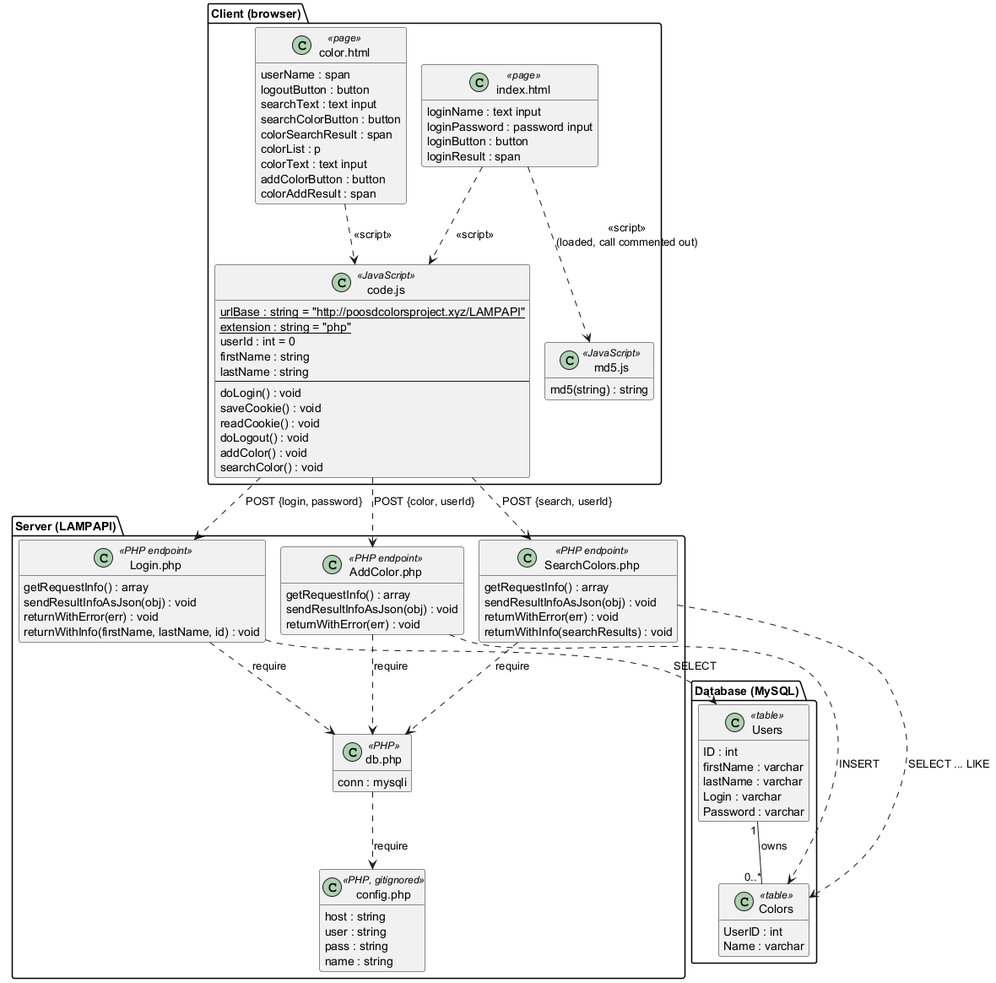
Before: docs/uml/class.png, a diagram exported from PlantUML (jbear05/colors-lab). Source of this version:
```plantuml
@startuml class
!pragma layout smetana
skinparam classAttributeIconSize 0
hide empty members

package "Client (browser)" {
  class "index.html" as IndexPage <<page>> {
    loginName : text input
    loginPassword : password input
    loginButton : button
    loginResult : span
  }

  class "color.html" as ColorPage <<page>> {
    userName : span
    logoutButton : button
    searchText : text input
    searchColorButton : button
    colorSearchResult : span
    colorList : p
    colorText : text input
    addColorButton : button
    colorAddResult : span
  }

  class "code.js" as CodeJS <<JavaScript>> {
    {static} urlBase : string = "http://poosdcolorsproject.xyz/LAMPAPI"
    {static} extension : string = "php"
    userId : int = 0
    firstName : string
    lastName : string
    --
    doLogin() : void
    saveCookie() : void
    readCookie() : void
    doLogout() : void
    addColor() : void
    searchColor() : void
  }

  class "md5.js" as MD5JS <<JavaScript>> {
    md5(string) : string
  }
}

package "Server (LAMPAPI)" {
  class "Login.php" as LoginAPI <<PHP endpoint>> {
    getRequestInfo() : array
    sendResultInfoAsJson(obj) : void
    returnWithError(err) : void
    returnWithInfo(firstName, lastName, id) : void
  }

  class "AddColor.php" as AddColorAPI <<PHP endpoint>> {
    getRequestInfo() : array
    sendResultInfoAsJson(obj) : void
    returnWithError(err) : void
  }

  class "SearchColors.php" as SearchAPI <<PHP endpoint>> {
    getRequestInfo() : array
    sendResultInfoAsJson(obj) : void
    returnWithError(err) : void
    returnWithInfo(searchResults) : void
  }

  class "db.php" as DB <<PHP>> {
    conn : mysqli
  }

  class "config.php" as Config <<PHP, gitignored>> {
    host : string
    user : string
    pass : string
    name : string
  }
}

package "Database (MySQL)" {
  class Users <<table>> {
    ID : int
    firstName : varchar
    lastName : varchar
    Login : varchar
    Password : varchar
  }

  class Colors <<table>> {
    UserID : int
    Name : varchar
  }
}

IndexPage ..> CodeJS : <<script>>
IndexPage ..> MD5JS : <<script>>\n(loaded, call commented out)
ColorPage ..> CodeJS : <<script>>

CodeJS ..> LoginAPI : POST {login, password}
CodeJS ..> AddColorAPI : POST {color, userId}
CodeJS ..> SearchAPI : POST {search, userId}

LoginAPI ..> DB : require
AddColorAPI ..> DB : require
SearchAPI ..> DB : require
DB ..> Config : require

LoginAPI ..> Users : SELECT
AddColorAPI ..> Colors : INSERT
SearchAPI ..> Colors : SELECT ... LIKE

Users "1" -- "0..*" Colors : owns >
@enduml
```
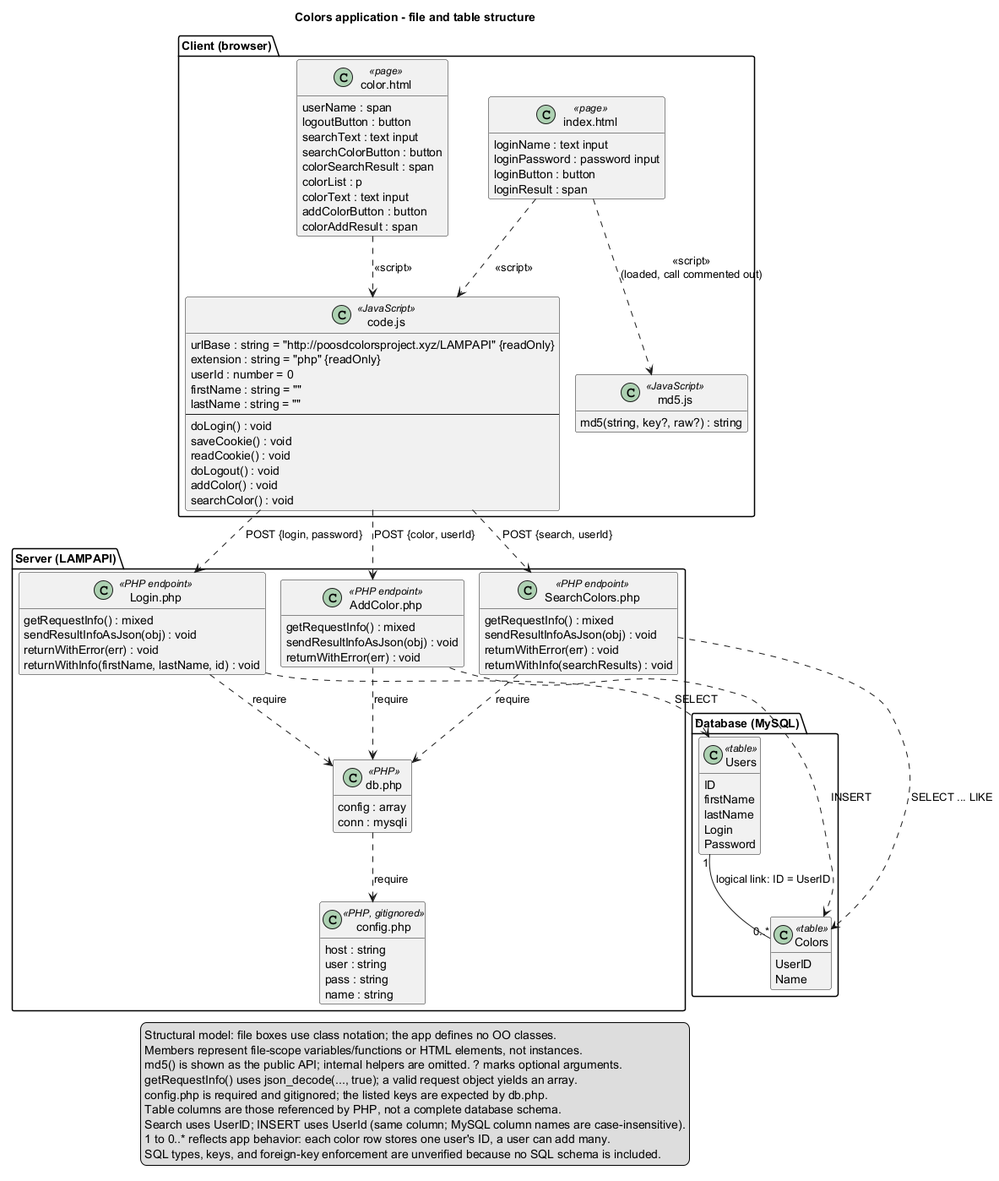
The same file after the commit.

Commit message:
Refine UML diagrams to match implemented behavior

Change to the diagram source:
```diff
@@ -1,5 +1,6 @@
 @startuml class
 !pragma layout smetana
+title Colors application - file and table structure
 skinparam classAttributeIconSize 0
 hide empty members
 
@@ -24,11 +25,11 @@
   }
 
   class "code.js" as CodeJS <<JavaScript>> {
-    {static} urlBase : string = "http://poosdcolorsproject.xyz/LAMPAPI"
-    {static} extension : string = "php"
-    userId : int = 0
-    firstName : string
-    lastName : string
+    urlBase : string = "http://poosdcolorsproject.xyz/LAMPAPI" {readOnly}
+    extension : string = "php" {readOnly}
+    userId : number = 0
+    firstName : string = ""
+    lastName : string = ""
     --
     doLogin() : void
     saveCookie() : void
@@ -39,32 +40,33 @@
   }
 
   class "md5.js" as MD5JS <<JavaScript>> {
-    md5(string) : string
+    md5(string, key?, raw?) : string
   }
 }
 
 package "Server (LAMPAPI)" {
   class "Login.php" as LoginAPI <<PHP endpoint>> {
-    getRequestInfo() : array
+    getRequestInfo() : mixed
     sendResultInfoAsJson(obj) : void
     returnWithError(err) : void
     returnWithInfo(firstName, lastName, id) : void
   }
 
   class "AddColor.php" as AddColorAPI <<PHP endpoint>> {
-    getRequestInfo() : array
+    getRequestInfo() : mixed
     sendResultInfoAsJson(obj) : void
     returnWithError(err) : void
   }
 
   class "SearchColors.php" as SearchAPI <<PHP endpoint>> {
-    getRequestInfo() : array
+    getRequestInfo() : mixed
     sendResultInfoAsJson(obj) : void
     returnWithError(err) : void
     returnWithInfo(searchResults) : void
   }
 
   class "db.php" as DB <<PHP>> {
+    config : array
     conn : mysqli
   }
 
@@ -78,16 +80,16 @@
 
 package "Database (MySQL)" {
   class Users <<table>> {
-    ID : int
-    firstName : varchar
-    lastName : varchar
-    Login : varchar
-    Password : varchar
+    ID
+    firstName
+    lastName
+    Login
+    Password
   }
 
   class Colors <<table>> {
-    UserID : int
-    Name : varchar
+    UserID
+    Name
   }
 }
 
@@ -108,5 +110,17 @@
 AddColorAPI ..> Colors : INSERT
 SearchAPI ..> Colors : SELECT ... LIKE
 
-Users "1" -- "0..*" Colors : owns >
+Users "1" -- "0..*" Colors : logical link: ID = UserID
+
+legend bottom
+  Structural model: file boxes use class notation; the app defines no OO classes.
+  Members represent file-scope variables/functions or HTML elements, not instances.
+  md5() is shown as the public API; internal helpers are omitted. ? marks optional arguments.
+  getRequestInfo() uses json_decode(..., true); a valid request object yields an array.
+  config.php is required and gitignored; the listed keys are expected by db.php.
+  Table columns are those referenced by PHP, not a complete database schema.
+  Search uses UserID; INSERT uses UserId (same column; MySQL column names are case-insensitive).
+  1 to 0..* reflects app behavior: each color row stores one user's ID, a user can add many.
+  SQL types, keys, and foreign-key enforcement are unverified because no SQL schema is included.
+end legend
 @enduml
```
